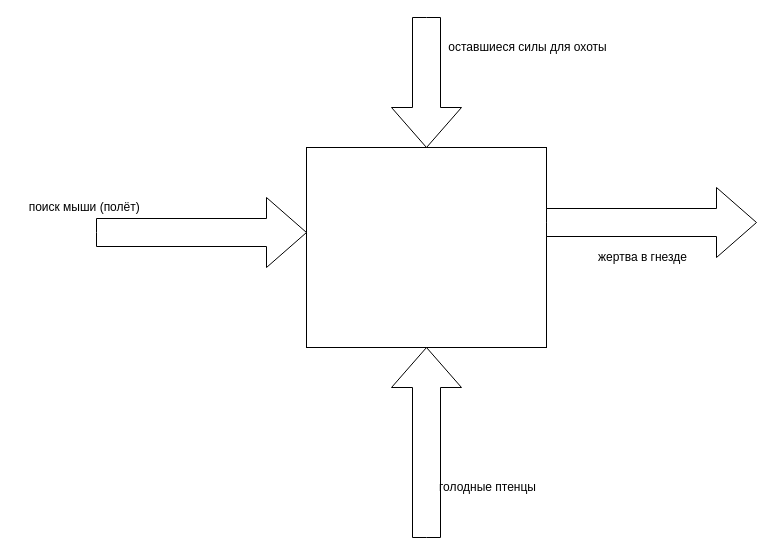
Before: Untitled Diagram.drawio in Igorchuvaev/bp, a draw.io diagram. Source tidied: cells renumbered, new cells numbered last; positions are measured from the earlier drawing's top-left corner, leaving out a move shared by most shapes. Both pictures are drawn from the tidied source at 100%, with x=0, y=0 at pixel (17, 17).
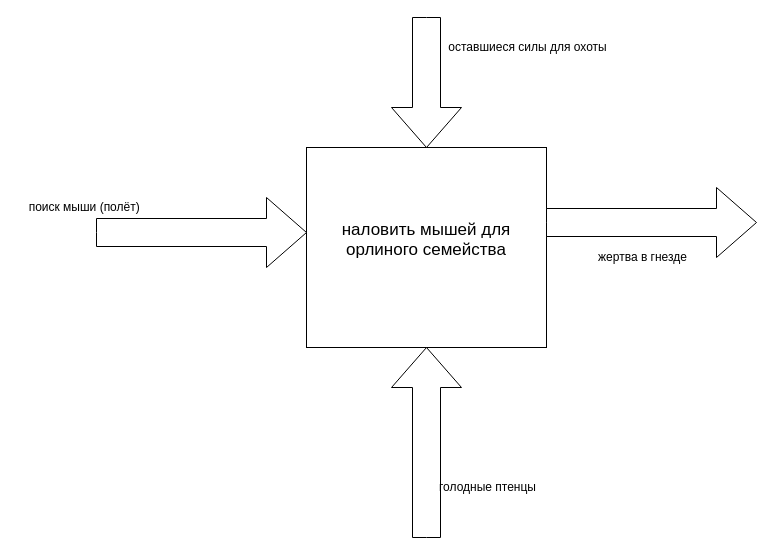
The same diagram, later.

What changed in the source:
```diff
@@
 <mxGraphModel>
   <root>
     <mxCell id="0" />
     <mxCell id="1" parent="0" />
-    <mxCell id="2" style="rounded=0;whiteSpace=wrap;html=1;" parent="1" vertex="1">
+    <mxCell id="2" value="&lt;font style=&quot;font-size: 17px&quot;&gt;наловить мышей для орлиного семейства&lt;br&gt;&lt;/font&gt;&lt;br&gt;" style="rounded=0;whiteSpace=wrap;html=1;" parent="1" vertex="1">
       <mxGeometry x="289" y="130" width="240" height="200" as="geometry" />
     </mxCell>
     <mxCell id="3" style="html=1;shadow=0;dashed=0;align=center;verticalAlign=middle;shape=mxgraph.arrows2.arrow;dy=0.6;dx=40;notch=0;" parent="1" vertex="1">
       <mxGeometry x="79" y="180" width="210" height="70" as="geometry" />
     </mxCell>
     <mxCell id="4" style="html=1;shadow=0;dashed=0;align=center;verticalAlign=middle;shape=mxgraph.arrows2.arrow;dy=0.6;dx=40;direction=south;notch=0;" parent="1" vertex="1">
       <mxGeometry x="374" width="70" height="130" as="geometry" />
     </mxCell>
     <mxCell id="5" style="html=1;shadow=0;dashed=0;align=center;verticalAlign=middle;shape=mxgraph.arrows2.arrow;dy=0.6;dx=40;direction=north;notch=0;" parent="1" vertex="1">
       <mxGeometry x="374" y="330" width="70" height="190" as="geometry" />
     </mxCell>
     <mxCell id="6" style="html=1;shadow=0;dashed=0;align=center;verticalAlign=middle;shape=mxgraph.arrows2.arrow;dy=0.6;dx=40;notch=0;" parent="1" vertex="1">
       <mxGeometry x="529" y="170" width="210" height="70" as="geometry" />
     </mxCell>
     <mxCell id="7" value="жертва в&amp;nbsp;гнезде" style="text;html=1;align=center;verticalAlign=middle;strokeColor=none;" parent="1" vertex="1">
       <mxGeometry x="575" y="230" width="100" height="20" as="geometry" />
     </mxCell>
     <mxCell id="8" value="голодные птенцы&lt;br&gt;" style="text;html=1;align=center;verticalAlign=middle;strokeColor=none;" parent="1" vertex="1">
       <mxGeometry x="415" y="460" width="110" height="20" as="geometry" />
     </mxCell>
     <mxCell id="9" value="&amp;nbsp;поиск мыши (полёт)" style="text;html=1;align=center;verticalAlign=middle;strokeColor=none;" parent="1" vertex="1">
       <mxGeometry y="180" width="130" height="20" as="geometry" />
     </mxCell>
     <mxCell id="10" value="оставшиеся силы для охоты&lt;br&gt;" style="text;html=1;align=center;verticalAlign=middle;strokeColor=none;" parent="1" vertex="1">
       <mxGeometry x="425" y="20" width="170" height="20" as="geometry" />
     </mxCell>
   </root>
 </mxGraphModel>
```
